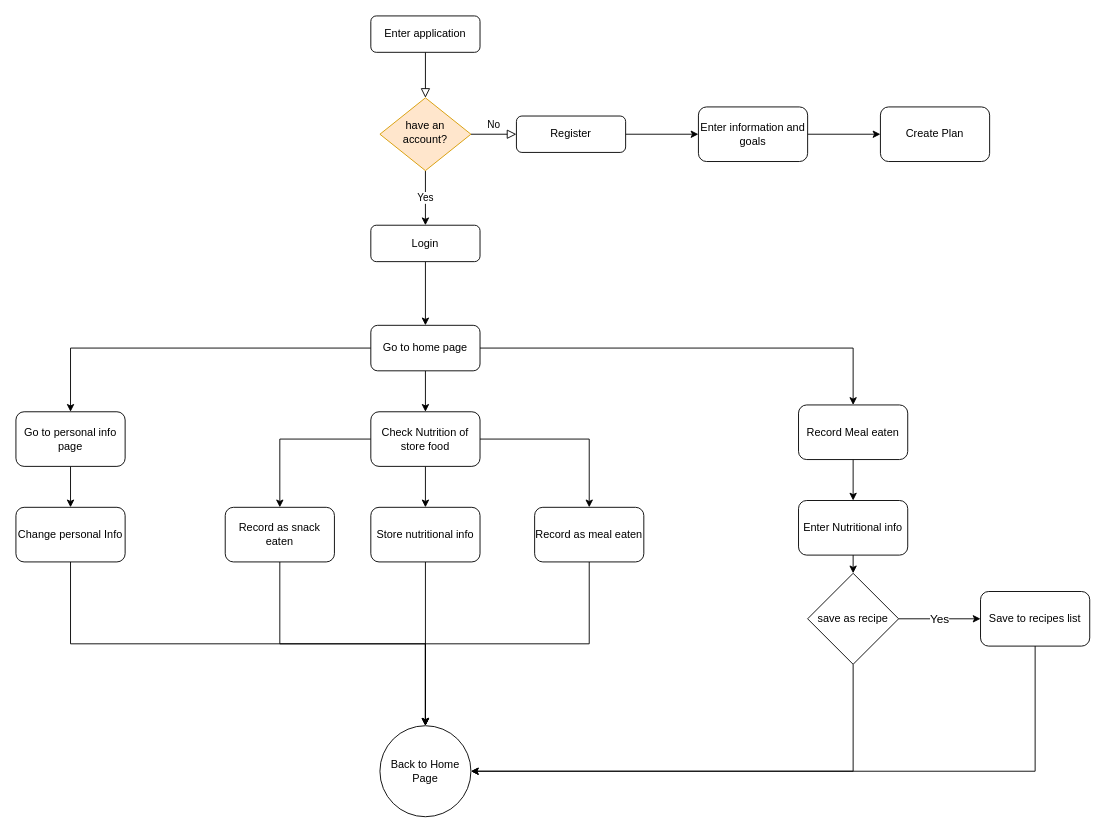
visionaryvjae/NutritionalCalculator keeps this draw.io diagram as NutritionalCalculator.drawio. Above is the earlier version. Source tidied: cells renumbered, new cells numbered last; positions are measured from the earlier drawing's top-left corner, leaving out a move shared by most shapes. Both pictures are drawn from the tidied source at 91%, with x=0, y=0 at pixel (15, 15).
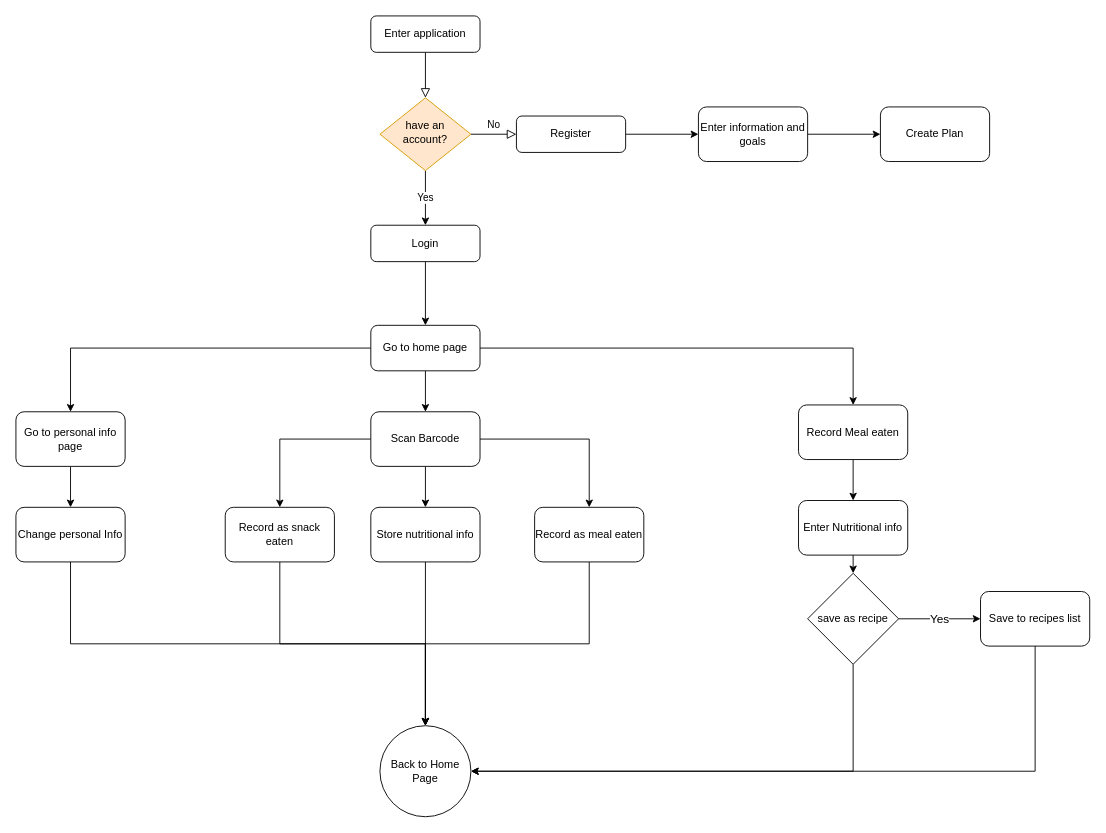
The same page after the edit.

The edit, as a diff of the source:
```diff
@@
-    <mxCell id="20" value="Check Nutrition of store food" style="rounded=1;whiteSpace=wrap;html=1;" parent="1" vertex="1">
+    <mxCell id="20" value="Scan Barcode" style="rounded=1;whiteSpace=wrap;html=1;" parent="1" vertex="1">
       <mxGeometry x="390" y="435" width="120" height="60" as="geometry" />
     </mxCell>
```
